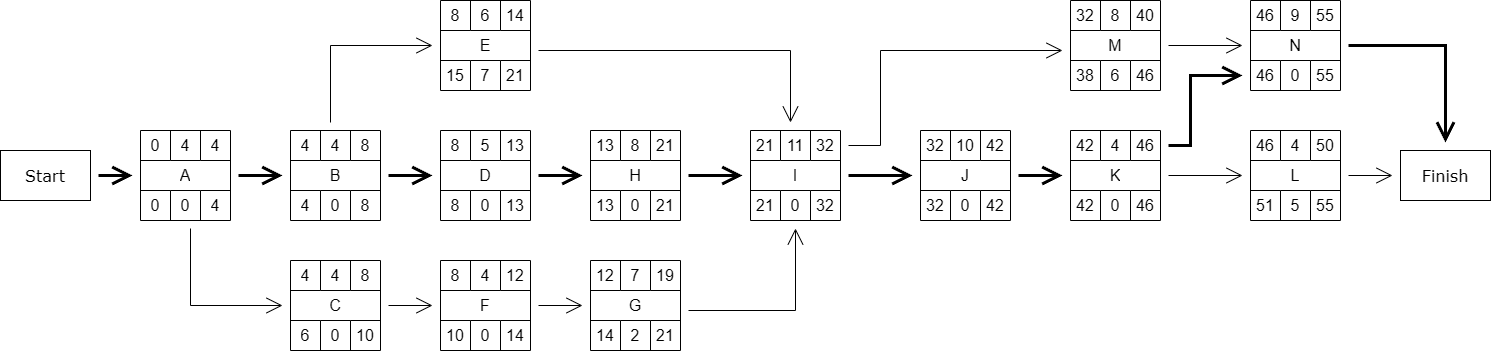
Before: 32UP Upravlinnja projektamy/8/Square.drawio.png, a diagram exported from draw.io (seesmof/University-Universytet). Source tidied: cells renumbered, new cells last; positions are measured from the earlier drawing's top-left corner, leaving out a move shared by most shapes.
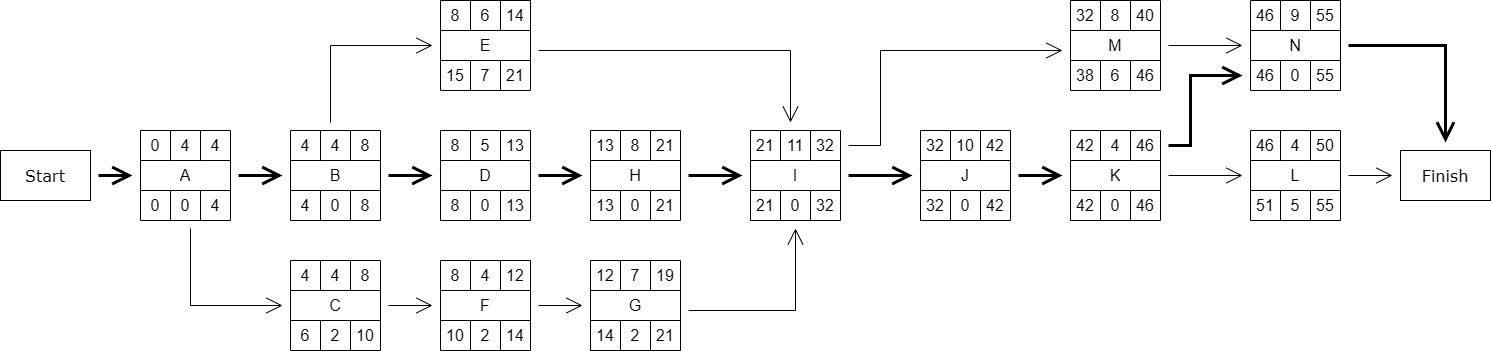
After the change.

Commit message:
up square diagram fix

Diff of the diagram source:
```diff
@@ -181,7 +181,7 @@
     <mxCell id="52" value="6" style="shape=partialRectangle;html=1;whiteSpace=wrap;strokeColor=inherit;overflow=hidden;fillColor=none;top=0;left=0;bottom=0;right=0;fontSize=16;rounded=0;" parent="51" vertex="1">
       <mxGeometry width="30" height="30" as="geometry" />
     </mxCell>
-    <mxCell id="53" value="0" style="shape=partialRectangle;html=1;whiteSpace=wrap;strokeColor=inherit;overflow=hidden;fillColor=none;top=0;left=0;bottom=0;right=0;fontSize=16;rounded=0;" parent="51" vertex="1">
+    <mxCell id="53" value="2" style="shape=partialRectangle;html=1;whiteSpace=wrap;strokeColor=inherit;overflow=hidden;fillColor=none;top=0;left=0;bottom=0;right=0;fontSize=16;rounded=0;" parent="51" vertex="1">
       <mxGeometry x="30" width="30" height="30" as="geometry" />
     </mxCell>
     <mxCell id="54" value="10" style="shape=partialRectangle;html=1;whiteSpace=wrap;strokeColor=inherit;overflow=hidden;fillColor=none;top=0;left=0;bottom=0;right=0;fontSize=16;rounded=0;" parent="51" vertex="1">
@@ -280,7 +280,7 @@
     <mxCell id="85" value="10" style="shape=partialRectangle;html=1;whiteSpace=wrap;strokeColor=inherit;overflow=hidden;fillColor=none;top=0;left=0;bottom=0;right=0;fontSize=16;rounded=0;" parent="84" vertex="1">
       <mxGeometry width="30" height="30" as="geometry" />
     </mxCell>
-    <mxCell id="86" value="0" style="shape=partialRectangle;html=1;whiteSpace=wrap;strokeColor=inherit;overflow=hidden;fillColor=none;top=0;left=0;bottom=0;right=0;fontSize=16;rounded=0;" parent="84" vertex="1">
+    <mxCell id="86" value="2" style="shape=partialRectangle;html=1;whiteSpace=wrap;strokeColor=inherit;overflow=hidden;fillColor=none;top=0;left=0;bottom=0;right=0;fontSize=16;rounded=0;" parent="84" vertex="1">
       <mxGeometry x="30" width="30" height="30" as="geometry" />
     </mxCell>
     <mxCell id="87" value="14" style="shape=partialRectangle;html=1;whiteSpace=wrap;strokeColor=inherit;overflow=hidden;fillColor=none;top=0;left=0;bottom=0;right=0;fontSize=16;rounded=0;" parent="84" vertex="1">
```
